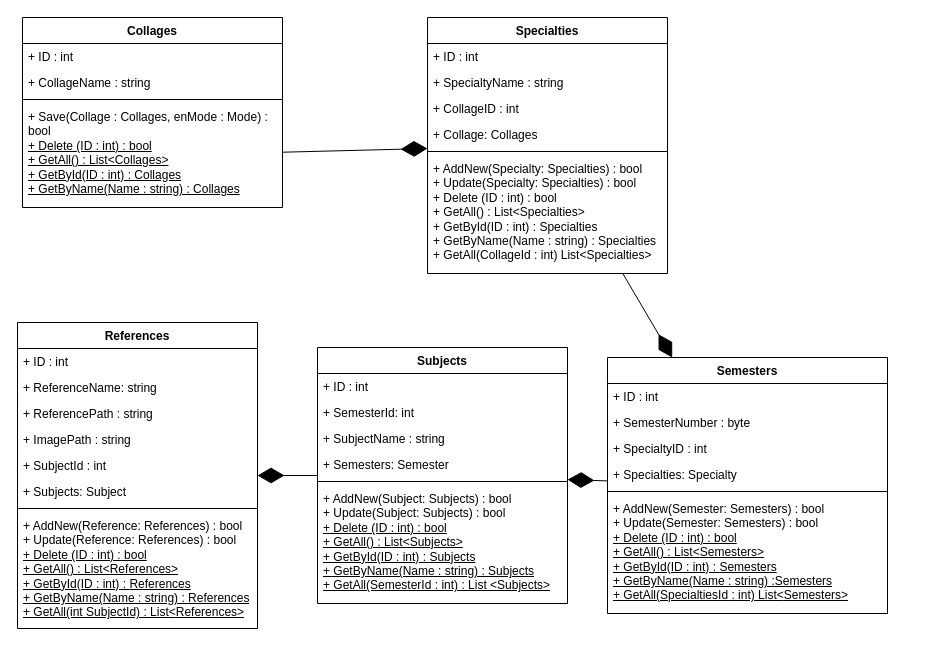
Before: Digrams/Drow.io/ClassDiagram(OnEdit).drawio in Bravo6Dev/Collage-Library, a draw.io diagram. Source tidied: cells renumbered, new cells numbered last; positions are measured from the earlier drawing's top-left corner, leaving out a move shared by most shapes. Both pictures are drawn from the tidied source at 100%, with x=0, y=0 at pixel (17, 17).
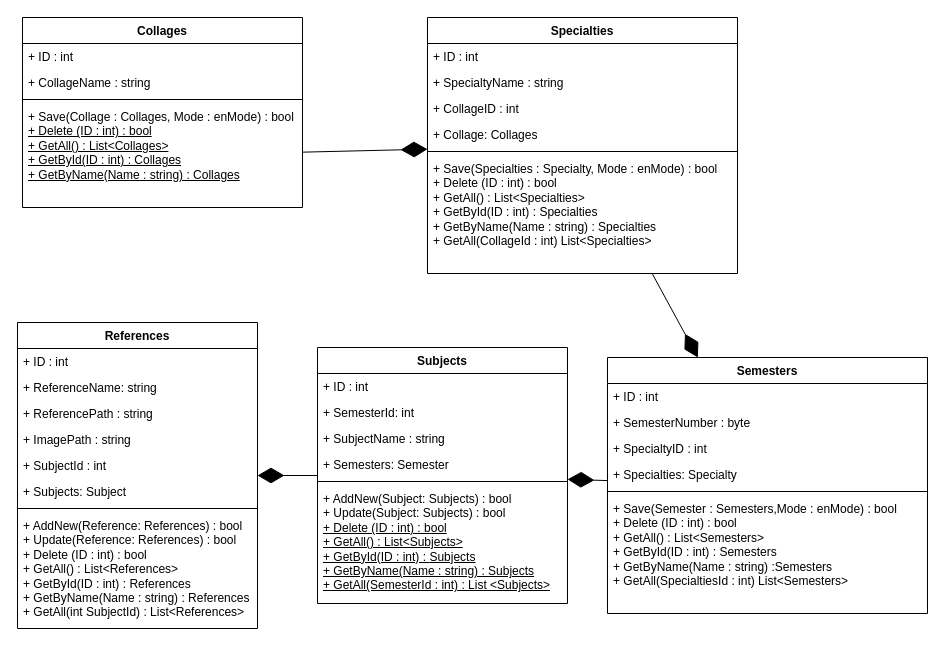
The same diagram, later.

Unchanged cells that the change refers to:
```xml
<mxCell id="28" value="References" style="swimlane;fontStyle=1;align=center;verticalAlign=top;horizontal=1;startSize=26;whiteSpace=wrap;html=1;" parent="1" vertex="1">
  <mxGeometry y="305" width="240" height="306" as="geometry" />
</mxCell>
```

What changed in the source:
```diff
@@
     <mxCell id="2" value="Collages" style="swimlane;fontStyle=1;align=center;verticalAlign=top;horizontal=1;startSize=26;whiteSpace=wrap;html=1;" parent="1" vertex="1">
-      <mxGeometry x="5" width="260" height="190" as="geometry" />
+      <mxGeometry x="5" width="280" height="190" as="geometry" />
     </mxCell>
     <mxCell id="3" value="+ ID : int" style="text;strokeColor=none;fillColor=none;align=left;verticalAlign=top;spacingLeft=4;spacingRight=4;overflow=hidden;whiteSpace=wrap;html=1;" parent="2" vertex="1">
-      <mxGeometry y="26" width="260" height="26" as="geometry" />
+      <mxGeometry y="26" width="280" height="26" as="geometry" />
     </mxCell>
     <mxCell id="4" value="+ CollageName : string" style="text;strokeColor=none;fillColor=none;align=left;verticalAlign=top;spacingLeft=4;spacingRight=4;overflow=hidden;whiteSpace=wrap;html=1;" parent="2" vertex="1">
-      <mxGeometry y="52" width="260" height="26" as="geometry" />
+      <mxGeometry y="52" width="280" height="26" as="geometry" />
     </mxCell>
     <mxCell id="5" style="line;strokeWidth=1;fillColor=none;align=left;verticalAlign=middle;spacingTop=-1;spacingLeft=3;spacingRight=3;labelPosition=right;strokeColor=inherit;" parent="2" vertex="1">
-      <mxGeometry y="78" width="260" height="8" as="geometry" />
+      <mxGeometry y="78" width="280" height="8" as="geometry" />
     </mxCell>
-    <mxCell id="6" value="+ Save(Collage : Collages, enMode : Mode) : bool&lt;div&gt;&lt;u&gt;+ Delete (ID : int) : bool&lt;/u&gt;&lt;/div&gt;&lt;div&gt;&lt;u&gt;+ GetAll() : List&amp;lt;Collages&amp;gt;&lt;/u&gt;&lt;/div&gt;&lt;div&gt;&lt;u&gt;+ GetById(ID : int) : Collages&lt;/u&gt;&lt;/div&gt;&lt;div&gt;&lt;u&gt;+ GetByName(Name : string) : Collages&lt;/u&gt;&lt;/div&gt;" style="text;strokeColor=none;fillColor=none;align=left;verticalAlign=top;spacingLeft=4;spacingRight=4;overflow=hidden;points=[[0,0.5],[1,0.5]];portConstraint=eastwest;whiteSpace=wrap;html=1;" parent="2" vertex="1">
-      <mxGeometry y="86" width="260" height="104" as="geometry" />
+    <mxCell id="6" value="+ Save(Collage : Collages, Mode : enMode) : bool&lt;div&gt;&lt;u&gt;+ Delete (ID : int) : bool&lt;/u&gt;&lt;/div&gt;&lt;div&gt;&lt;u&gt;+ GetAll() : List&amp;lt;Collages&amp;gt;&lt;/u&gt;&lt;/div&gt;&lt;div&gt;&lt;u&gt;+ GetById(ID : int) : Collages&lt;/u&gt;&lt;/div&gt;&lt;div&gt;&lt;u&gt;+ GetByName(Name : string) : Collages&lt;/u&gt;&lt;/div&gt;" style="text;strokeColor=none;fillColor=none;align=left;verticalAlign=top;spacingLeft=4;spacingRight=4;overflow=hidden;points=[[0,0.5],[1,0.5]];portConstraint=eastwest;whiteSpace=wrap;html=1;" parent="2" vertex="1">
+      <mxGeometry y="86" width="280" height="104" as="geometry" />
     </mxCell>
     <mxCell id="7" value="Specialties" style="swimlane;fontStyle=1;align=center;verticalAlign=top;horizontal=1;startSize=26;whiteSpace=wrap;html=1;" parent="1" vertex="1">
-      <mxGeometry x="410" width="240" height="256" as="geometry" />
+      <mxGeometry x="410" width="310" height="256" as="geometry" />
     </mxCell>
     <mxCell id="8" value="+ ID : int" style="text;strokeColor=none;fillColor=none;align=left;verticalAlign=top;spacingLeft=4;spacingRight=4;overflow=hidden;whiteSpace=wrap;html=1;" parent="7" vertex="1">
-      <mxGeometry y="26" width="240" height="26" as="geometry" />
+      <mxGeometry y="26" width="310" height="26" as="geometry" />
     </mxCell>
     <mxCell id="9" value="+&amp;nbsp;&lt;span style=&quot;text-align: center;&quot;&gt;SpecialtyName : string&amp;nbsp;&lt;/span&gt;" style="text;strokeColor=none;fillColor=none;align=left;verticalAlign=top;spacingLeft=4;spacingRight=4;overflow=hidden;whiteSpace=wrap;html=1;" parent="7" vertex="1">
-      <mxGeometry y="52" width="240" height="26" as="geometry" />
+      <mxGeometry y="52" width="310" height="26" as="geometry" />
     </mxCell>
     <mxCell id="10" value="+ CollageID : int&lt;div&gt;&lt;br&gt;&lt;/div&gt;" style="text;strokeColor=none;fillColor=none;align=left;verticalAlign=top;spacingLeft=4;spacingRight=4;overflow=hidden;whiteSpace=wrap;html=1;" parent="7" vertex="1">
-      <mxGeometry y="78" width="240" height="26" as="geometry" />
+      <mxGeometry y="78" width="310" height="26" as="geometry" />
     </mxCell>
     <mxCell id="11" value="+ Collage: Collages" style="text;strokeColor=none;fillColor=none;align=left;verticalAlign=top;spacingLeft=4;spacingRight=4;overflow=hidden;whiteSpace=wrap;html=1;" parent="7" vertex="1">
-      <mxGeometry y="104" width="240" height="26" as="geometry" />
+      <mxGeometry y="104" width="310" height="26" as="geometry" />
     </mxCell>
     <mxCell id="12" style="line;strokeWidth=1;fillColor=none;align=left;verticalAlign=middle;spacingTop=-1;spacingLeft=3;spacingRight=3;labelPosition=right;strokeColor=inherit;" parent="7" vertex="1">
-      <mxGeometry y="130" width="240" height="8" as="geometry" />
+      <mxGeometry y="130" width="310" height="8" as="geometry" />
     </mxCell>
-    <mxCell id="13" value="+ AddNew(Specialty:&amp;nbsp;&lt;span style=&quot;text-align: center;&quot;&gt;Specialties&lt;/span&gt;) : bool&lt;div&gt;+ Update(Specialty:&amp;nbsp;&lt;span style=&quot;text-align: center;&quot;&gt;Specialties&lt;/span&gt;) : bool&lt;/div&gt;&lt;div&gt;+ Delete (ID : int) : bool&lt;/div&gt;&lt;div&gt;+ GetAll() : List&amp;lt;&lt;span style=&quot;text-align: center;&quot;&gt;Specialties&lt;/span&gt;&amp;gt;&lt;/div&gt;&lt;div&gt;+ GetById(ID : int) :&amp;nbsp;&lt;span style=&quot;text-align: center; background-color: initial;&quot;&gt;Specialties&lt;/span&gt;&lt;/div&gt;&lt;div&gt;+ GetByName(Name : string) :&amp;nbsp;&lt;span style=&quot;text-align: center; background-color: initial;&quot;&gt;Specialties&lt;/span&gt;&lt;/div&gt;&lt;div&gt;+ GetAll(CollageId : int) List&amp;lt;&lt;span style=&quot;text-align: center; background-color: initial;&quot;&gt;Specialties&amp;gt;&lt;/span&gt;&lt;/div&gt;" style="text;strokeColor=none;fillColor=none;align=left;verticalAlign=top;spacingLeft=4;spacingRight=4;overflow=hidden;whiteSpace=wrap;html=1;" parent="7" vertex="1">
-      <mxGeometry y="138" width="240" height="118" as="geometry" />
+    <mxCell id="13" value="+ Save(&lt;span style=&quot;text-align: center;&quot;&gt;Specialties : Specialty, Mode : enMode) : bool&amp;nbsp;&lt;/span&gt;&lt;br&gt;&lt;div&gt;+ Delete (ID : int) : bool&lt;/div&gt;&lt;div&gt;+ GetAll() : List&amp;lt;&lt;span style=&quot;text-align: center;&quot;&gt;Specialties&lt;/span&gt;&amp;gt;&lt;/div&gt;&lt;div&gt;+ GetById(ID : int) :&amp;nbsp;&lt;span style=&quot;text-align: center; background-color: initial;&quot;&gt;Specialties&lt;/span&gt;&lt;/div&gt;&lt;div&gt;+ GetByName(Name : string) :&amp;nbsp;&lt;span style=&quot;text-align: center; background-color: initial;&quot;&gt;Specialties&lt;/span&gt;&lt;/div&gt;&lt;div&gt;+ GetAll(CollageId : int) List&amp;lt;&lt;span style=&quot;text-align: center; background-color: initial;&quot;&gt;Specialties&amp;gt;&lt;/span&gt;&lt;/div&gt;" style="text;strokeColor=none;fillColor=none;align=left;verticalAlign=top;spacingLeft=4;spacingRight=4;overflow=hidden;whiteSpace=wrap;html=1;" parent="7" vertex="1">
+      <mxGeometry y="138" width="310" height="118" as="geometry" />
     </mxCell>
     <mxCell id="14" value="Semesters" style="swimlane;fontStyle=1;align=center;verticalAlign=top;horizontal=1;startSize=26;whiteSpace=wrap;html=1;" parent="1" vertex="1">
-      <mxGeometry x="590" y="340" width="280" height="256" as="geometry" />
+      <mxGeometry x="590" y="340" width="320" height="256" as="geometry" />
     </mxCell>
     <mxCell id="15" value="+ ID : int" style="text;strokeColor=none;fillColor=none;align=left;verticalAlign=top;spacingLeft=4;spacingRight=4;overflow=hidden;whiteSpace=wrap;html=1;" parent="14" vertex="1">
-      <mxGeometry y="26" width="280" height="26" as="geometry" />
+      <mxGeometry y="26" width="320" height="26" as="geometry" />
     </mxCell>
     <mxCell id="16" value="+ SemesterNumber : byte" style="text;strokeColor=none;fillColor=none;align=left;verticalAlign=top;spacingLeft=4;spacingRight=4;overflow=hidden;whiteSpace=wrap;html=1;" parent="14" vertex="1">
-      <mxGeometry y="52" width="280" height="26" as="geometry" />
+      <mxGeometry y="52" width="320" height="26" as="geometry" />
     </mxCell>
     <mxCell id="17" value="+&amp;nbsp;&lt;span style=&quot;text-align: center;&quot;&gt;SpecialtyID&lt;/span&gt;&amp;nbsp;: int" style="text;strokeColor=none;fillColor=none;align=left;verticalAlign=top;spacingLeft=4;spacingRight=4;overflow=hidden;whiteSpace=wrap;html=1;" parent="14" vertex="1">
-      <mxGeometry y="78" width="280" height="26" as="geometry" />
+      <mxGeometry y="78" width="320" height="26" as="geometry" />
     </mxCell>
     <mxCell id="18" value="+&amp;nbsp;&lt;span style=&quot;text-align: center;&quot;&gt;Specialties&lt;/span&gt;:&amp;nbsp;&lt;span style=&quot;text-align: center;&quot;&gt;Specialty&lt;/span&gt;" style="text;strokeColor=none;fillColor=none;align=left;verticalAlign=top;spacingLeft=4;spacingRight=4;overflow=hidden;whiteSpace=wrap;html=1;" parent="14" vertex="1">
-      <mxGeometry y="104" width="280" height="26" as="geometry" />
+      <mxGeometry y="104" width="320" height="26" as="geometry" />
     </mxCell>
     <mxCell id="19" style="line;strokeWidth=1;fillColor=none;align=left;verticalAlign=middle;spacingTop=-1;spacingLeft=3;spacingRight=3;labelPosition=right;strokeColor=inherit;" parent="14" vertex="1">
-      <mxGeometry y="130" width="280" height="8" as="geometry" />
+      <mxGeometry y="130" width="320" height="8" as="geometry" />
     </mxCell>
-    <mxCell id="20" value="+ AddNew(&lt;span style=&quot;text-align: center;&quot;&gt;Semester&lt;/span&gt;:&amp;nbsp;&lt;span style=&quot;text-align: center;&quot;&gt;Semesters&lt;/span&gt;) : bool&lt;div&gt;+ Update(&lt;span style=&quot;text-align: center;&quot;&gt;Semester&lt;/span&gt;:&amp;nbsp;&lt;span style=&quot;text-align: center;&quot;&gt;Semesters&lt;/span&gt;) : bool&lt;/div&gt;&lt;div&gt;&lt;u&gt;+ Delete (ID : int) : bool&lt;/u&gt;&lt;/div&gt;&lt;div&gt;&lt;u&gt;+ GetAll() : List&amp;lt;&lt;span style=&quot;text-align: center;&quot;&gt;Semesters&lt;/span&gt;&amp;gt;&lt;/u&gt;&lt;/div&gt;&lt;div&gt;&lt;u&gt;+ GetById(ID : int) :&amp;nbsp;&lt;span style=&quot;background-color: initial; text-align: center;&quot;&gt;Semesters&lt;/span&gt;&lt;/u&gt;&lt;/div&gt;&lt;div&gt;&lt;u&gt;+ GetByName(Name : string) :&lt;span style=&quot;background-color: initial; text-align: center;&quot;&gt;Semesters&lt;/span&gt;&lt;/u&gt;&lt;/div&gt;&lt;div&gt;&lt;u&gt;+ GetAll(&lt;span style=&quot;text-align: center; background-color: initial;&quot;&gt;SpecialtiesId&lt;/span&gt;&lt;span style=&quot;background-color: initial;&quot;&gt;&amp;nbsp;: int) List&amp;lt;&lt;/span&gt;&lt;span style=&quot;background-color: initial; text-align: center;&quot;&gt;Semesters&lt;/span&gt;&lt;span style=&quot;background-color: initial; text-align: center;&quot;&gt;&amp;gt;&lt;/span&gt;&lt;/u&gt;&lt;/div&gt;" style="text;strokeColor=none;fillColor=none;align=left;verticalAlign=top;spacingLeft=4;spacingRight=4;overflow=hidden;whiteSpace=wrap;html=1;" parent="14" vertex="1">
-      <mxGeometry y="138" width="280" height="118" as="geometry" />
+    <mxCell id="20" value="+ Save(Semester : Semesters,Mode : enMode) : bool&lt;br&gt;&lt;div&gt;+ Delete (ID : int) : bool&lt;/div&gt;&lt;div&gt;+ GetAll() : List&amp;lt;&lt;span style=&quot;text-align: center;&quot;&gt;Semesters&lt;/span&gt;&amp;gt;&lt;/div&gt;&lt;div&gt;+ GetById(ID : int) :&amp;nbsp;&lt;span style=&quot;background-color: initial; text-align: center;&quot;&gt;Semesters&lt;/span&gt;&lt;/div&gt;&lt;div&gt;+ GetByName(Name : string) :&lt;span style=&quot;background-color: initial; text-align: center;&quot;&gt;Semesters&lt;/span&gt;&lt;/div&gt;&lt;div&gt;+ GetAll(&lt;span style=&quot;text-align: center; background-color: initial;&quot;&gt;SpecialtiesId&lt;/span&gt;&lt;span style=&quot;background-color: initial;&quot;&gt;&amp;nbsp;: int) List&amp;lt;&lt;/span&gt;&lt;span style=&quot;background-color: initial; text-align: center;&quot;&gt;Semesters&lt;/span&gt;&lt;span style=&quot;background-color: initial; text-align: center;&quot;&gt;&amp;gt;&lt;/span&gt;&lt;/div&gt;" style="text;strokeColor=none;fillColor=none;align=left;verticalAlign=top;spacingLeft=4;spacingRight=4;overflow=hidden;whiteSpace=wrap;html=1;" parent="14" vertex="1">
+      <mxGeometry y="138" width="320" height="118" as="geometry" />
     </mxCell>
@@
-    <mxCell id="36" value="+ AddNew(&lt;span style=&quot;text-align: center;&quot;&gt;Reference&lt;/span&gt;:&amp;nbsp;&lt;span style=&quot;text-align: center;&quot;&gt;References&lt;/span&gt;) : bool&lt;div&gt;+ Update(&lt;span style=&quot;text-align: center;&quot;&gt;Reference&lt;/span&gt;:&amp;nbsp;&lt;span style=&quot;text-align: center;&quot;&gt;References&lt;/span&gt;) : bool&lt;/div&gt;&lt;div&gt;&lt;u&gt;+ Delete (ID : int) : bool&lt;/u&gt;&lt;/div&gt;&lt;div&gt;&lt;u&gt;+ GetAll() : List&amp;lt;&lt;span style=&quot;text-align: center;&quot;&gt;References&lt;/span&gt;&amp;gt;&lt;/u&gt;&lt;/div&gt;&lt;div&gt;&lt;u&gt;+ GetById(ID : int) :&amp;nbsp;&lt;span style=&quot;text-align: center; background-color: initial;&quot;&gt;References&lt;/span&gt;&lt;/u&gt;&lt;/div&gt;&lt;div&gt;&lt;u&gt;+ GetByName(Name : string) :&amp;nbsp;&lt;span style=&quot;text-align: center; background-color: initial;&quot;&gt;References&lt;/span&gt;&lt;/u&gt;&lt;/div&gt;&lt;div&gt;&lt;u&gt;&lt;span style=&quot;background-color: initial;&quot;&gt;+ GetAll(int SubjectId) : List&amp;lt;&lt;/span&gt;&lt;span style=&quot;text-align: center; background-color: initial;&quot;&gt;References&amp;gt;&lt;/span&gt;&lt;/u&gt;&lt;/div&gt;" style="text;strokeColor=none;fillColor=none;align=left;verticalAlign=top;spacingLeft=4;spacingRight=4;overflow=hidden;whiteSpace=wrap;html=1;" parent="28" vertex="1">
+    <mxCell id="36" value="+ AddNew(&lt;span style=&quot;text-align: center;&quot;&gt;Reference&lt;/span&gt;:&amp;nbsp;&lt;span style=&quot;text-align: center;&quot;&gt;References&lt;/span&gt;) : bool&lt;div&gt;+ Update(&lt;span style=&quot;text-align: center;&quot;&gt;Reference&lt;/span&gt;:&amp;nbsp;&lt;span style=&quot;text-align: center;&quot;&gt;References&lt;/span&gt;) : bool&lt;/div&gt;&lt;div&gt;+ Delete (ID : int) : bool&lt;/div&gt;&lt;div&gt;+ GetAll() : List&amp;lt;&lt;span style=&quot;text-align: center;&quot;&gt;References&lt;/span&gt;&amp;gt;&lt;/div&gt;&lt;div&gt;+ GetById(ID : int) :&amp;nbsp;&lt;span style=&quot;text-align: center; background-color: initial;&quot;&gt;References&lt;/span&gt;&lt;/div&gt;&lt;div&gt;+ GetByName(Name : string) :&amp;nbsp;&lt;span style=&quot;text-align: center; background-color: initial;&quot;&gt;References&lt;/span&gt;&lt;/div&gt;&lt;div&gt;&lt;span style=&quot;background-color: initial;&quot;&gt;+ GetAll(int SubjectId) : List&amp;lt;&lt;/span&gt;&lt;span style=&quot;text-align: center; background-color: initial;&quot;&gt;References&amp;gt;&lt;/span&gt;&lt;/div&gt;" style="text;strokeColor=none;fillColor=none;align=left;verticalAlign=top;spacingLeft=4;spacingRight=4;overflow=hidden;whiteSpace=wrap;html=1;" parent="28" vertex="1">
       <mxGeometry y="190" width="240" height="116" as="geometry" />
     </mxCell>
```
